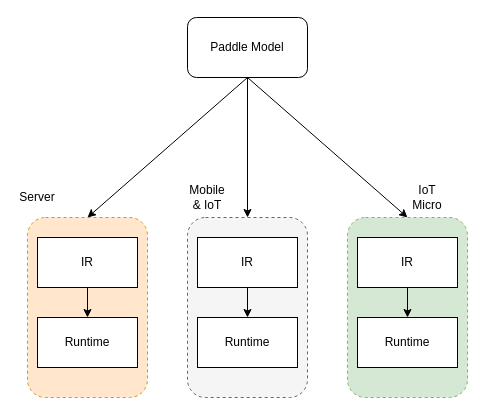
Before: CINNRT-heavy-IR-light-runtime-design.drawio in Superjomn/_tmp_images, a draw.io diagram. Source tidied: cells renumbered, new cells numbered last; positions are measured from the earlier drawing's top-left corner, leaving out a move shared by most shapes. Both pictures are drawn from the tidied source at 100%, with x=0, y=0 at pixel (17, 17).
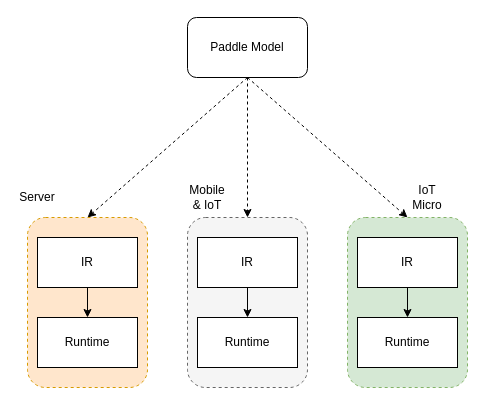
After the change.

The change refers to these unchanged cells:
```xml
<mxCell id="5" value="Paddle Model" style="rounded=1;whiteSpace=wrap;html=1;" parent="1" vertex="1">
  <mxGeometry x="170" width="120" height="60" as="geometry" />
</mxCell>
```

What changed in the source:
```diff
@@
-    <mxCell id="2" style="rounded=0;jettySize=auto;html=1;exitX=0.5;exitY=1;exitDx=0;exitDy=0;entryX=0.5;entryY=0;entryDx=0;entryDy=0;" parent="1" edge="1" source="5" target="6">
+    <mxCell id="2" style="rounded=0;jettySize=auto;html=1;exitX=0.5;exitY=1;exitDx=0;exitDy=0;entryX=0.5;entryY=0;entryDx=0;entryDy=0;dashed=1;" parent="1" edge="1" source="5" target="6">
       <mxGeometry relative="1" as="geometry" />
     </mxCell>
-    <mxCell id="3" style="edgeStyle=none;rounded=0;jettySize=auto;html=1;exitX=0.5;exitY=1;exitDx=0;exitDy=0;entryX=0.5;entryY=0;entryDx=0;entryDy=0;" parent="1" edge="1" source="5" target="7">
+    <mxCell id="3" style="edgeStyle=none;rounded=0;jettySize=auto;html=1;exitX=0.5;exitY=1;exitDx=0;exitDy=0;entryX=0.5;entryY=0;entryDx=0;entryDy=0;dashed=1;" parent="1" edge="1" source="5" target="7">
       <mxGeometry relative="1" as="geometry" />
     </mxCell>
-    <mxCell id="4" style="edgeStyle=none;rounded=0;jettySize=auto;html=1;exitX=0.5;exitY=1;exitDx=0;exitDy=0;entryX=0.5;entryY=0;entryDx=0;entryDy=0;" parent="1" edge="1" source="5" target="8">
+    <mxCell id="4" style="edgeStyle=none;rounded=0;jettySize=auto;html=1;exitX=0.5;exitY=1;exitDx=0;exitDy=0;entryX=0.5;entryY=0;entryDx=0;entryDy=0;dashed=1;" parent="1" edge="1" source="5" target="8">
       <mxGeometry relative="1" as="geometry" />
     </mxCell>
@@
     <mxCell id="6" style="rounded=1;whiteSpace=wrap;html=1;dashed=1;fillColor=#ffe6cc;strokeColor=#d79b00;" parent="1" vertex="1">
-      <mxGeometry x="10" y="200" width="120" height="180" as="geometry" />
+      <mxGeometry x="10" y="200" width="120" height="170" as="geometry" />
     </mxCell>
     <mxCell id="7" style="rounded=1;whiteSpace=wrap;html=1;dashed=1;fillColor=#f5f5f5;strokeColor=#666666;fontColor=#333333;" parent="1" vertex="1">
-      <mxGeometry x="170" y="200" width="120" height="180" as="geometry" />
+      <mxGeometry x="170" y="200" width="120" height="170" as="geometry" />
     </mxCell>
     <mxCell id="8" style="rounded=1;whiteSpace=wrap;html=1;dashed=1;fillColor=#d5e8d4;strokeColor=#82b366;" parent="1" vertex="1">
-      <mxGeometry x="330" y="200" width="120" height="180" as="geometry" />
+      <mxGeometry x="330" y="200" width="120" height="170" as="geometry" />
     </mxCell>
```
